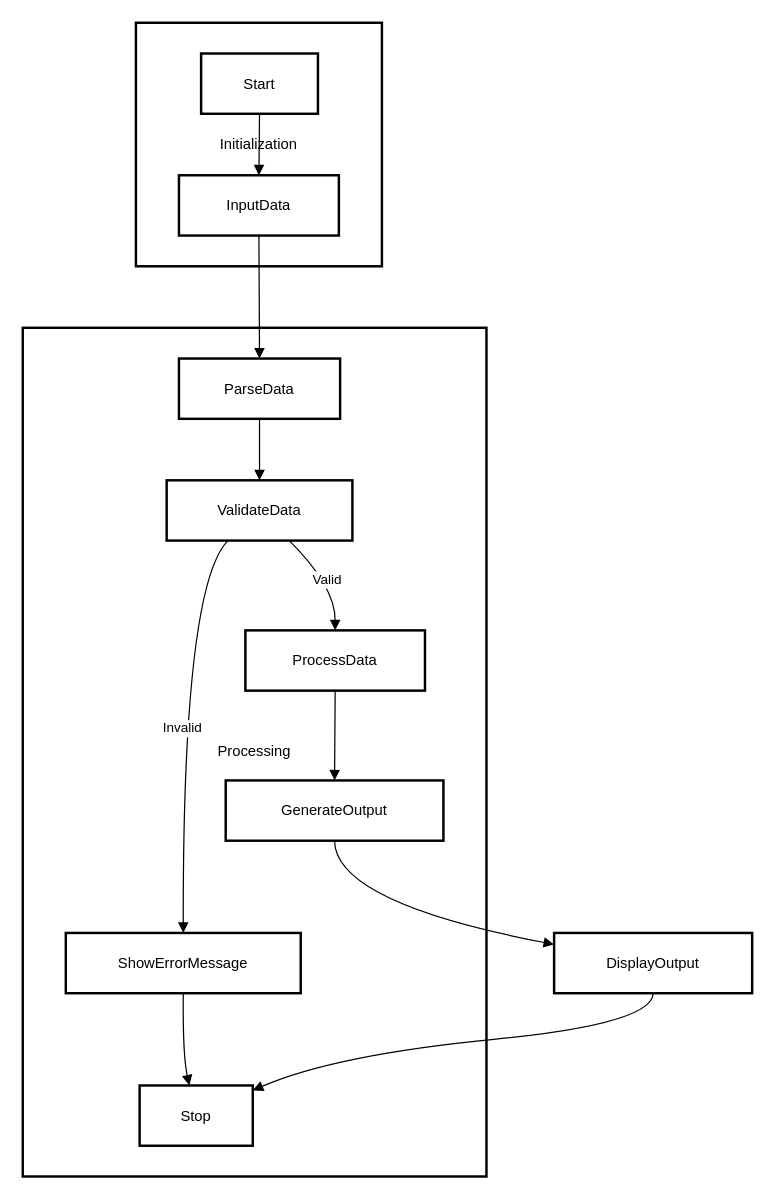
The draw.io diagram Untitled Diagram.drawio in EvaGachirwa/ads_class, before the edit. Source tidied: cells renumbered, new cells numbered last; positions are measured from the earlier drawing's top-left corner, leaving out a move shared by most shapes. Both pictures are drawn from the tidied source at 123%, with x=0, y=0 at pixel (22, 22).
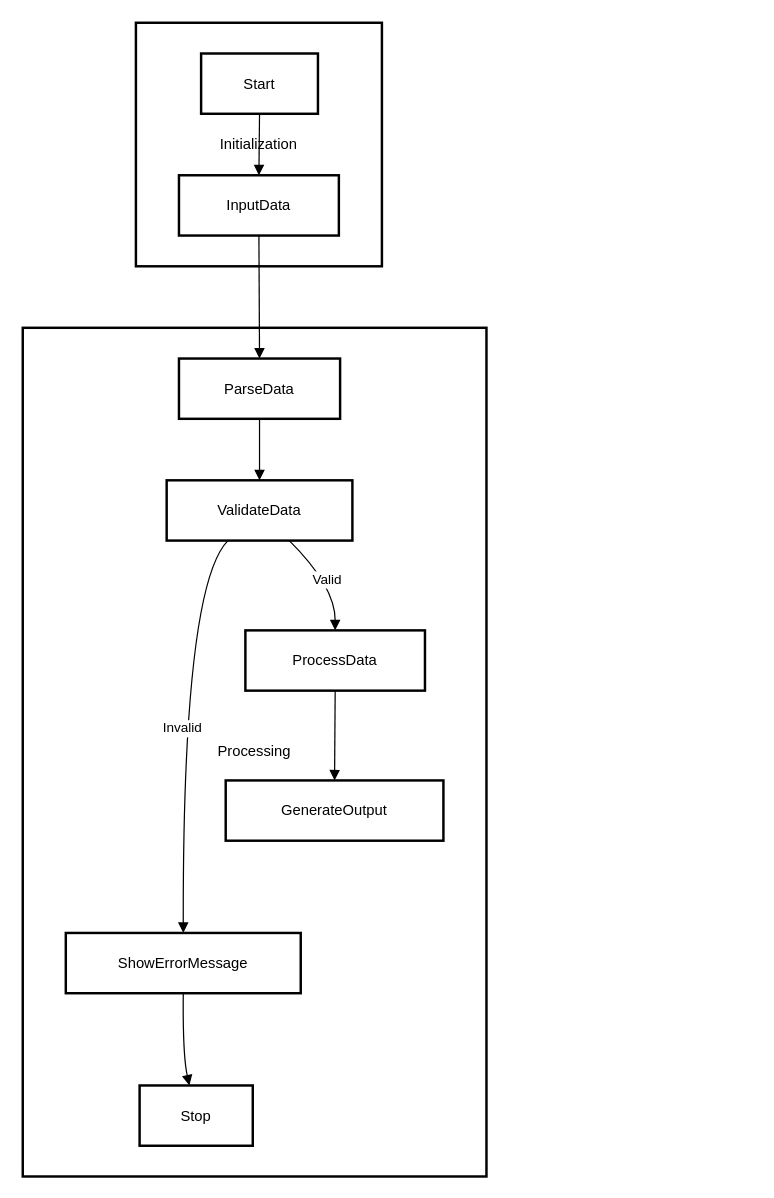
The same diagram, later.

The change refers to these unchanged cells:
```xml
<mxCell id="10" value="Stop" style="whiteSpace=wrap;strokeWidth=2;" parent="1" vertex="1">
  <mxGeometry x="95" y="864" width="92" height="49" as="geometry" />
</mxCell>
<mxCell id="11" value="GenerateOutput" style="whiteSpace=wrap;strokeWidth=2;" parent="1" vertex="1">
  <mxGeometry x="165" y="616" width="177" height="49" as="geometry" />
</mxCell>
```

What changed in the source:
```diff
@@
-    <mxCell id="12" value="DisplayOutput" style="whiteSpace=wrap;strokeWidth=2;" parent="1" vertex="1">
-      <mxGeometry x="432" y="740" width="161" height="49" as="geometry" />
-    </mxCell>
@@
-    <mxCell id="20" style="curved=1;startArrow=none;endArrow=block;exitX=0.5;exitY=1;entryX=0;entryY=0.19;" parent="1" edge="1" source="11" target="12">
-      <mxGeometry relative="1" as="geometry">
-        <Array as="points">
-          <mxPoint x="254" y="715" />
-        </Array>
-      </mxGeometry>
-    </mxCell>
-    <mxCell id="21" style="curved=1;startArrow=none;endArrow=block;exitX=0.5;exitY=1;entryX=0.99;entryY=0.09;" parent="1" edge="1" source="12" target="10">
-      <mxGeometry relative="1" as="geometry">
-        <Array as="points">
-          <mxPoint x="512" y="814" />
-          <mxPoint x="254" y="839" />
-        </Array>
-      </mxGeometry>
-    </mxCell>
```
